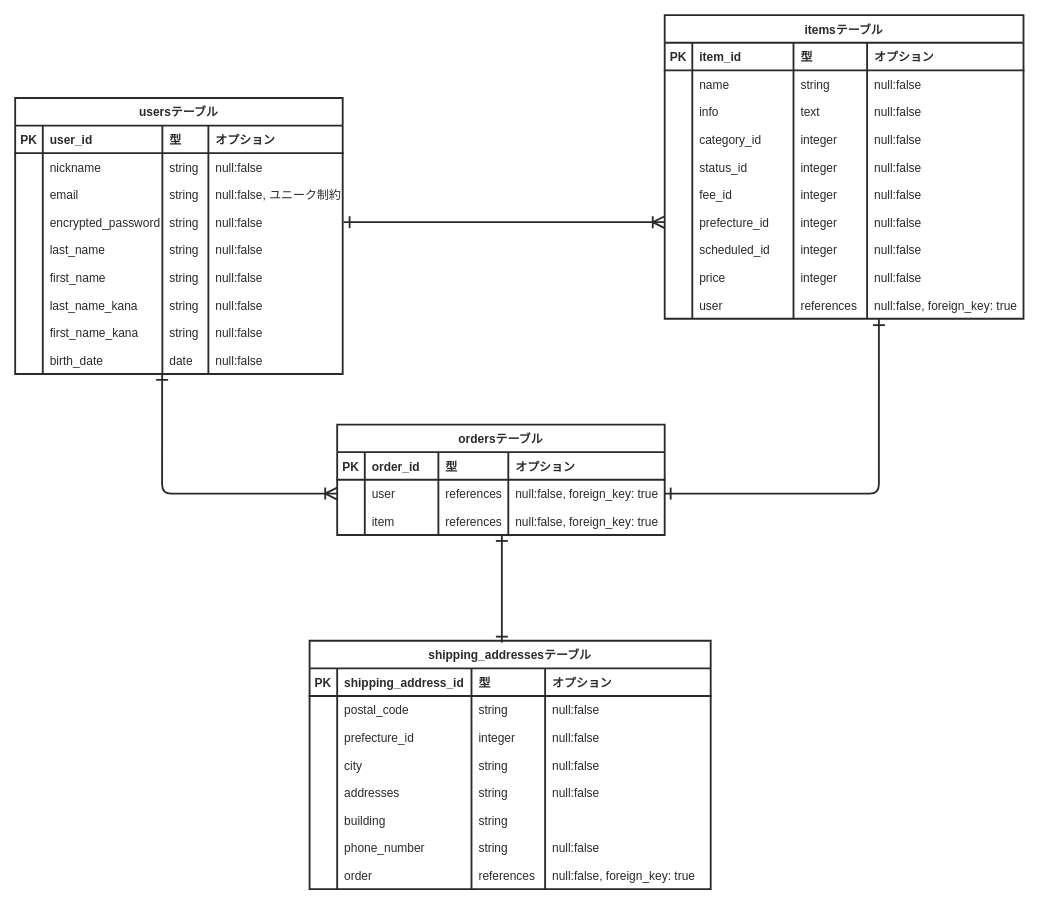
Before: database.dio in aktmmiri/furima-37102, a draw.io diagram. Source tidied: cells renumbered, new cells numbered last; positions are measured from the earlier drawing's top-left corner, leaving out a move shared by most shapes. Both pictures are drawn from the tidied source at 92%, with x=0, y=0 at pixel (15, 15).
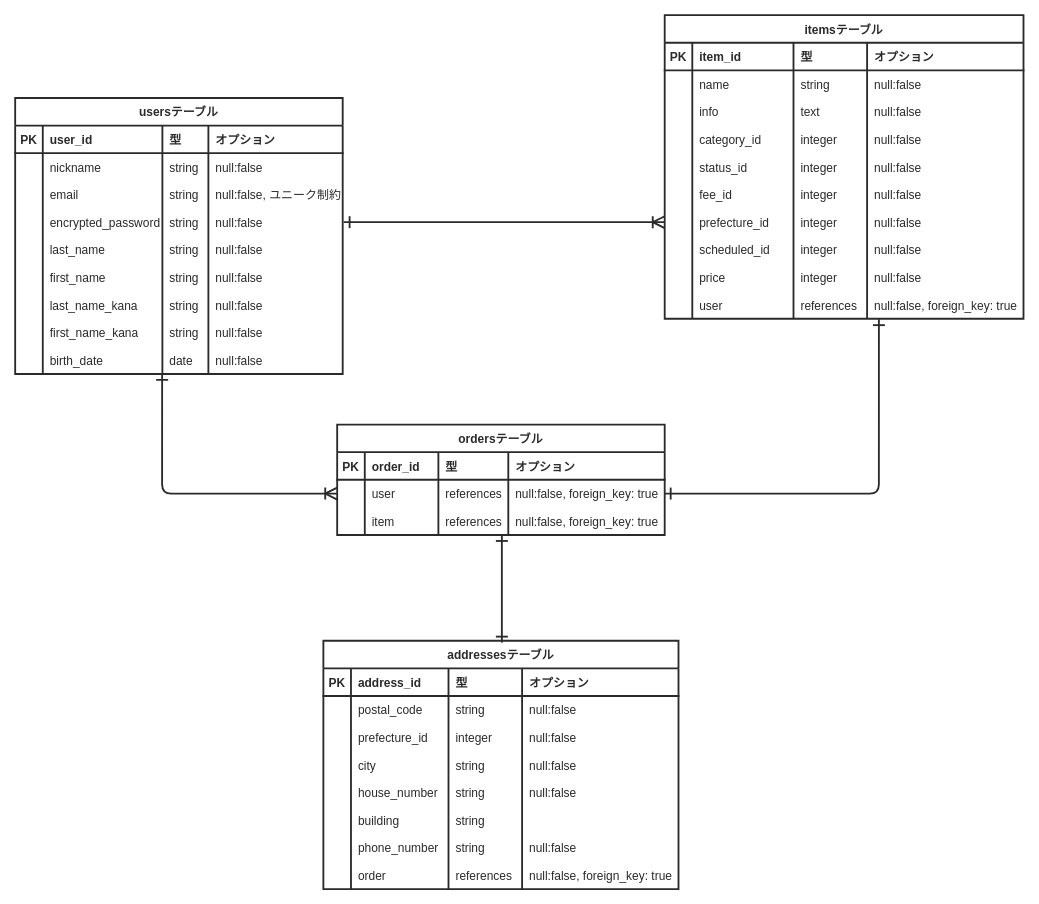
Above is the later version.

Commit message (it also covers changes not shown here):
購入者の住所情報のテーブル名とカラム名の変更

What changed in the source:
```diff
@@
-    <mxCell id="115" value="shipping_addressesテーブル" style="shape=table;startSize=30;childLayout=tableLayout;rowLines=0;fontStyle=1;align=center;strokeWidth=2;labelBackgroundColor=none;fontColor=#2A2A2A;strokeColor=#2A2A2A;fontSize=13;" parent="1" vertex="1">
-      <mxGeometry x="320" y="680" width="436" height="270" as="geometry" />
+    <mxCell id="115" value="addressesテーブル" style="shape=table;startSize=30;childLayout=tableLayout;rowLines=0;fontStyle=1;align=center;strokeWidth=2;labelBackgroundColor=none;strokeColor=#2A2A2A;fontSize=13;fontColor=#2A2A2A;" parent="1" vertex="1">
+      <mxGeometry x="335" y="680" width="386" height="270" as="geometry" />
     </mxCell>
     <mxCell id="116" style="shape=partialRectangle;fillColor=none;top=0;left=0;bottom=1;right=0;labelBackgroundColor=none;fontColor=#2A2A2A;strokeColor=#2A2A2A;fontSize=13;strokeWidth=2;" parent="115" vertex="1">
-      <mxGeometry y="30" width="436" height="30" as="geometry" />
+      <mxGeometry y="30" width="386" height="30" as="geometry" />
     </mxCell>
@@
-    <mxCell id="118" value="shipping_address_id" style="shape=partialRectangle;fillColor=none;top=0;left=0;bottom=0;right=0;align=left;spacingLeft=6;fontStyle=1;overflow=hidden;labelBackgroundColor=none;fontColor=#2A2A2A;strokeColor=#2A2A2A;fontSize=13;strokeWidth=2;" parent="116" vertex="1">
-      <mxGeometry x="30" width="146" height="30" as="geometry" />
+    <mxCell id="118" value="address_id" style="shape=partialRectangle;fillColor=none;top=0;left=0;bottom=0;right=0;align=left;spacingLeft=6;fontStyle=1;overflow=hidden;labelBackgroundColor=none;fontColor=#2A2A2A;strokeColor=#2A2A2A;fontSize=13;strokeWidth=2;" parent="116" vertex="1">
+      <mxGeometry x="30" width="106" height="30" as="geometry" />
     </mxCell>
     <mxCell id="119" value="型" style="shape=partialRectangle;fillColor=none;top=0;left=0;bottom=0;right=0;align=left;spacingLeft=6;fontStyle=1;overflow=hidden;labelBackgroundColor=none;fontColor=#2A2A2A;strokeColor=#2A2A2A;fontSize=13;strokeWidth=2;" parent="116" vertex="1">
-      <mxGeometry x="176" width="80" height="30" as="geometry" />
+      <mxGeometry x="136" width="80" height="30" as="geometry" />
     </mxCell>
     <mxCell id="120" value="オプション" style="shape=partialRectangle;fillColor=none;top=0;left=0;bottom=0;right=0;align=left;spacingLeft=6;fontStyle=1;overflow=hidden;labelBackgroundColor=none;fontColor=#2A2A2A;strokeColor=#2A2A2A;fontSize=13;strokeWidth=2;" parent="116" vertex="1">
-      <mxGeometry x="256" width="180" height="30" as="geometry" />
+      <mxGeometry x="216" width="170" height="30" as="geometry" />
     </mxCell>
     <mxCell id="121" style="shape=partialRectangle;fillColor=none;top=0;left=0;bottom=0;right=0;labelBackgroundColor=none;fontColor=#2A2A2A;strokeColor=#2A2A2A;fontSize=13;strokeWidth=2;" parent="115" vertex="1">
-      <mxGeometry y="60" width="436" height="30" as="geometry" />
+      <mxGeometry y="60" width="386" height="30" as="geometry" />
     </mxCell>
@@
     <mxCell id="123" value="postal_code" style="shape=partialRectangle;fillColor=none;top=0;left=0;bottom=0;right=0;align=left;spacingLeft=6;overflow=hidden;labelBackgroundColor=none;fontColor=#2A2A2A;strokeColor=#2A2A2A;fontSize=13;strokeWidth=2;" parent="121" vertex="1">
-      <mxGeometry x="30" width="146" height="30" as="geometry" />
+      <mxGeometry x="30" width="106" height="30" as="geometry" />
     </mxCell>
     <mxCell id="124" value="string" style="shape=partialRectangle;fillColor=none;top=0;left=0;bottom=0;right=0;align=left;spacingLeft=6;overflow=hidden;labelBackgroundColor=none;fontColor=#2A2A2A;strokeColor=#2A2A2A;fontSize=13;strokeWidth=2;" parent="121" vertex="1">
-      <mxGeometry x="176" width="80" height="30" as="geometry" />
+      <mxGeometry x="136" width="80" height="30" as="geometry" />
     </mxCell>
     <mxCell id="125" value="null:false" style="shape=partialRectangle;fillColor=none;top=0;left=0;bottom=0;right=0;align=left;spacingLeft=6;overflow=hidden;labelBackgroundColor=none;fontColor=#2A2A2A;strokeColor=#2A2A2A;fontSize=13;strokeWidth=2;" parent="121" vertex="1">
-      <mxGeometry x="256" width="180" height="30" as="geometry" />
+      <mxGeometry x="216" width="170" height="30" as="geometry" />
     </mxCell>
     <mxCell id="126" style="shape=partialRectangle;fillColor=none;top=0;left=0;bottom=0;right=0;labelBackgroundColor=none;fontColor=#2A2A2A;strokeColor=#2A2A2A;fontSize=13;strokeWidth=2;" parent="115" vertex="1">
-      <mxGeometry y="90" width="436" height="30" as="geometry" />
+      <mxGeometry y="90" width="386" height="30" as="geometry" />
     </mxCell>
@@
     <mxCell id="128" value="prefecture_id" style="shape=partialRectangle;fillColor=none;top=0;left=0;bottom=0;right=0;align=left;spacingLeft=6;overflow=hidden;labelBackgroundColor=none;fontColor=#2A2A2A;strokeColor=#2A2A2A;fontSize=13;strokeWidth=2;" parent="126" vertex="1">
-      <mxGeometry x="30" width="146" height="30" as="geometry" />
+      <mxGeometry x="30" width="106" height="30" as="geometry" />
     </mxCell>
     <mxCell id="129" value="integer" style="shape=partialRectangle;fillColor=none;top=0;left=0;bottom=0;right=0;align=left;spacingLeft=6;overflow=hidden;labelBackgroundColor=none;fontColor=#2A2A2A;strokeColor=#2A2A2A;fontSize=13;strokeWidth=2;" parent="126" vertex="1">
-      <mxGeometry x="176" width="80" height="30" as="geometry" />
+      <mxGeometry x="136" width="80" height="30" as="geometry" />
     </mxCell>
     <mxCell id="130" value="null:false" style="shape=partialRectangle;fillColor=none;top=0;left=0;bottom=0;right=0;align=left;spacingLeft=6;overflow=hidden;labelBackgroundColor=none;fontColor=#2A2A2A;strokeColor=#2A2A2A;fontSize=13;strokeWidth=2;" parent="126" vertex="1">
-      <mxGeometry x="256" width="180" height="30" as="geometry" />
+      <mxGeometry x="216" width="170" height="30" as="geometry" />
     </mxCell>
     <mxCell id="131" style="shape=partialRectangle;fillColor=none;top=0;left=0;bottom=0;right=0;labelBackgroundColor=none;fontColor=#2A2A2A;strokeColor=#2A2A2A;fontSize=13;strokeWidth=2;" parent="115" vertex="1">
-      <mxGeometry y="120" width="436" height="30" as="geometry" />
+      <mxGeometry y="120" width="386" height="30" as="geometry" />
     </mxCell>
@@
     <mxCell id="133" value="city" style="shape=partialRectangle;fillColor=none;top=0;left=0;bottom=0;right=0;align=left;spacingLeft=6;overflow=hidden;labelBackgroundColor=none;fontColor=#2A2A2A;strokeColor=#2A2A2A;fontSize=13;strokeWidth=2;" parent="131" vertex="1">
-      <mxGeometry x="30" width="146" height="30" as="geometry" />
+      <mxGeometry x="30" width="106" height="30" as="geometry" />
     </mxCell>
     <mxCell id="134" value="string" style="shape=partialRectangle;fillColor=none;top=0;left=0;bottom=0;right=0;align=left;spacingLeft=6;overflow=hidden;labelBackgroundColor=none;fontColor=#2A2A2A;strokeColor=#2A2A2A;fontSize=13;strokeWidth=2;" parent="131" vertex="1">
-      <mxGeometry x="176" width="80" height="30" as="geometry" />
+      <mxGeometry x="136" width="80" height="30" as="geometry" />
     </mxCell>
     <mxCell id="135" value="null:false" style="shape=partialRectangle;fillColor=none;top=0;left=0;bottom=0;right=0;align=left;spacingLeft=6;overflow=hidden;labelBackgroundColor=none;fontColor=#2A2A2A;strokeColor=#2A2A2A;fontSize=13;strokeWidth=2;" parent="131" vertex="1">
-      <mxGeometry x="256" width="180" height="30" as="geometry" />
+      <mxGeometry x="216" width="170" height="30" as="geometry" />
     </mxCell>
     <mxCell id="136" style="shape=partialRectangle;fillColor=none;top=0;left=0;bottom=0;right=0;labelBackgroundColor=none;fontColor=#2A2A2A;strokeColor=#2A2A2A;fontSize=13;strokeWidth=2;" parent="115" vertex="1">
-      <mxGeometry y="150" width="436" height="30" as="geometry" />
+      <mxGeometry y="150" width="386" height="30" as="geometry" />
     </mxCell>
@@
-    <mxCell id="138" value="addresses" style="shape=partialRectangle;fillColor=none;top=0;left=0;bottom=0;right=0;align=left;spacingLeft=6;overflow=hidden;labelBackgroundColor=none;fontColor=#2A2A2A;strokeColor=#2A2A2A;fontSize=13;strokeWidth=2;" parent="136" vertex="1">
-      <mxGeometry x="30" width="146" height="30" as="geometry" />
+    <mxCell id="138" value="house_number" style="shape=partialRectangle;fillColor=none;top=0;left=0;bottom=0;right=0;align=left;spacingLeft=6;overflow=hidden;labelBackgroundColor=none;fontColor=#2A2A2A;strokeColor=#2A2A2A;fontSize=13;strokeWidth=2;" parent="136" vertex="1">
+      <mxGeometry x="30" width="106" height="30" as="geometry" />
     </mxCell>
     <mxCell id="139" value="string" style="shape=partialRectangle;fillColor=none;top=0;left=0;bottom=0;right=0;align=left;spacingLeft=6;overflow=hidden;labelBackgroundColor=none;fontColor=#2A2A2A;strokeColor=#2A2A2A;fontSize=13;strokeWidth=2;" parent="136" vertex="1">
-      <mxGeometry x="176" width="80" height="30" as="geometry" />
+      <mxGeometry x="136" width="80" height="30" as="geometry" />
     </mxCell>
     <mxCell id="140" value="null:false" style="shape=partialRectangle;fillColor=none;top=0;left=0;bottom=0;right=0;align=left;spacingLeft=6;overflow=hidden;labelBackgroundColor=none;fontColor=#2A2A2A;strokeColor=#2A2A2A;fontSize=13;strokeWidth=2;" parent="136" vertex="1">
-      <mxGeometry x="256" width="180" height="30" as="geometry" />
+      <mxGeometry x="216" width="170" height="30" as="geometry" />
     </mxCell>
     <mxCell id="141" style="shape=partialRectangle;fillColor=none;top=0;left=0;bottom=0;right=0;labelBackgroundColor=none;fontColor=#2A2A2A;strokeColor=#2A2A2A;fontSize=13;strokeWidth=2;" parent="115" vertex="1">
-      <mxGeometry y="180" width="436" height="30" as="geometry" />
+      <mxGeometry y="180" width="386" height="30" as="geometry" />
     </mxCell>
@@
     <mxCell id="143" value="building" style="shape=partialRectangle;fillColor=none;top=0;left=0;bottom=0;right=0;align=left;spacingLeft=6;overflow=hidden;labelBackgroundColor=none;fontColor=#2A2A2A;strokeColor=#2A2A2A;fontSize=13;strokeWidth=2;" parent="141" vertex="1">
-      <mxGeometry x="30" width="146" height="30" as="geometry" />
+      <mxGeometry x="30" width="106" height="30" as="geometry" />
     </mxCell>
     <mxCell id="144" value="string" style="shape=partialRectangle;fillColor=none;top=0;left=0;bottom=0;right=0;align=left;spacingLeft=6;overflow=hidden;labelBackgroundColor=none;fontColor=#2A2A2A;strokeColor=#2A2A2A;fontSize=13;strokeWidth=2;" parent="141" vertex="1">
-      <mxGeometry x="176" width="80" height="30" as="geometry" />
+      <mxGeometry x="136" width="80" height="30" as="geometry" />
     </mxCell>
     <mxCell id="145" style="shape=partialRectangle;fillColor=none;top=0;left=0;bottom=0;right=0;align=left;spacingLeft=6;overflow=hidden;labelBackgroundColor=none;fontColor=#2A2A2A;strokeColor=#2A2A2A;fontSize=13;strokeWidth=2;" parent="141" vertex="1">
-      <mxGeometry x="256" width="180" height="30" as="geometry" />
+      <mxGeometry x="216" width="170" height="30" as="geometry" />
     </mxCell>
     <mxCell id="146" style="shape=partialRectangle;fillColor=none;top=0;left=0;bottom=0;right=0;labelBackgroundColor=none;fontColor=#2A2A2A;strokeColor=#2A2A2A;fontSize=13;strokeWidth=2;" parent="115" vertex="1">
-      <mxGeometry y="210" width="436" height="30" as="geometry" />
+      <mxGeometry y="210" width="386" height="30" as="geometry" />
     </mxCell>
@@
     <mxCell id="148" value="phone_number" style="shape=partialRectangle;fillColor=none;top=0;left=0;bottom=0;right=0;align=left;spacingLeft=6;overflow=hidden;labelBackgroundColor=none;fontColor=#2A2A2A;strokeColor=#2A2A2A;fontSize=13;strokeWidth=2;" parent="146" vertex="1">
-      <mxGeometry x="30" width="146" height="30" as="geometry" />
+      <mxGeometry x="30" width="106" height="30" as="geometry" />
     </mxCell>
     <mxCell id="149" value="string" style="shape=partialRectangle;fillColor=none;top=0;left=0;bottom=0;right=0;align=left;spacingLeft=6;overflow=hidden;labelBackgroundColor=none;fontColor=#2A2A2A;strokeColor=#2A2A2A;fontSize=13;strokeWidth=2;" parent="146" vertex="1">
-      <mxGeometry x="176" width="80" height="30" as="geometry" />
+      <mxGeometry x="136" width="80" height="30" as="geometry" />
     </mxCell>
     <mxCell id="150" value="null:false" style="shape=partialRectangle;fillColor=none;top=0;left=0;bottom=0;right=0;align=left;spacingLeft=6;overflow=hidden;labelBackgroundColor=none;fontColor=#2A2A2A;strokeColor=#2A2A2A;fontSize=13;strokeWidth=2;" parent="146" vertex="1">
-      <mxGeometry x="256" width="180" height="30" as="geometry" />
+      <mxGeometry x="216" width="170" height="30" as="geometry" />
     </mxCell>
     <mxCell id="151" style="shape=partialRectangle;fillColor=none;top=0;left=0;bottom=0;right=0;labelBackgroundColor=none;fontColor=#2A2A2A;strokeColor=#2A2A2A;fontSize=13;strokeWidth=2;" parent="115" vertex="1">
-      <mxGeometry y="240" width="436" height="30" as="geometry" />
+      <mxGeometry y="240" width="386" height="30" as="geometry" />
     </mxCell>
@@
     <mxCell id="153" value="order" style="shape=partialRectangle;fillColor=none;top=0;left=0;bottom=0;right=0;align=left;spacingLeft=6;overflow=hidden;labelBackgroundColor=none;fontColor=#2A2A2A;strokeColor=#2A2A2A;fontSize=13;strokeWidth=2;" parent="151" vertex="1">
-      <mxGeometry x="30" width="146" height="30" as="geometry" />
+      <mxGeometry x="30" width="106" height="30" as="geometry" />
     </mxCell>
     <mxCell id="154" value="references" style="shape=partialRectangle;fillColor=none;top=0;left=0;bottom=0;right=0;align=left;spacingLeft=6;overflow=hidden;labelBackgroundColor=none;fontColor=#2A2A2A;strokeColor=#2A2A2A;fontSize=13;strokeWidth=2;" parent="151" vertex="1">
-      <mxGeometry x="176" width="80" height="30" as="geometry" />
+      <mxGeometry x="136" width="80" height="30" as="geometry" />
     </mxCell>
     <mxCell id="155" value="null:false, foreign_key: true" style="shape=partialRectangle;fillColor=none;top=0;left=0;bottom=0;right=0;align=left;spacingLeft=6;overflow=hidden;labelBackgroundColor=none;fontColor=#2A2A2A;strokeColor=#2A2A2A;fontSize=13;strokeWidth=2;" parent="151" vertex="1">
-      <mxGeometry x="256" width="180" height="30" as="geometry" />
+      <mxGeometry x="216" width="170" height="30" as="geometry" />
     </mxCell>
```
